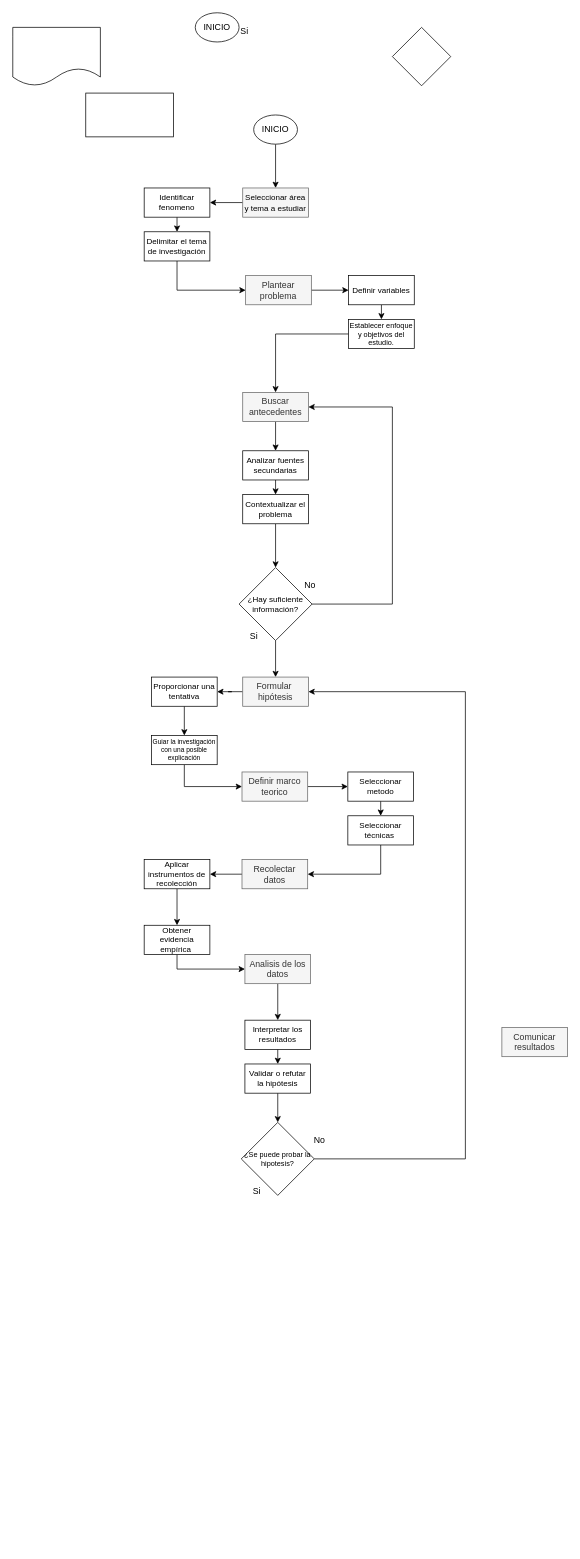
Before: Etapas del proceso de investigacion.drawio in AlbanyNVRodriguez/draw---diagrams, a draw.io diagram. Source tidied: cells renumbered, new cells numbered last; positions are measured from the earlier drawing's top-left corner, leaving out a move shared by most shapes. Both pictures are drawn from the tidied source at 73%, with x=0, y=0 at pixel (12, 12).
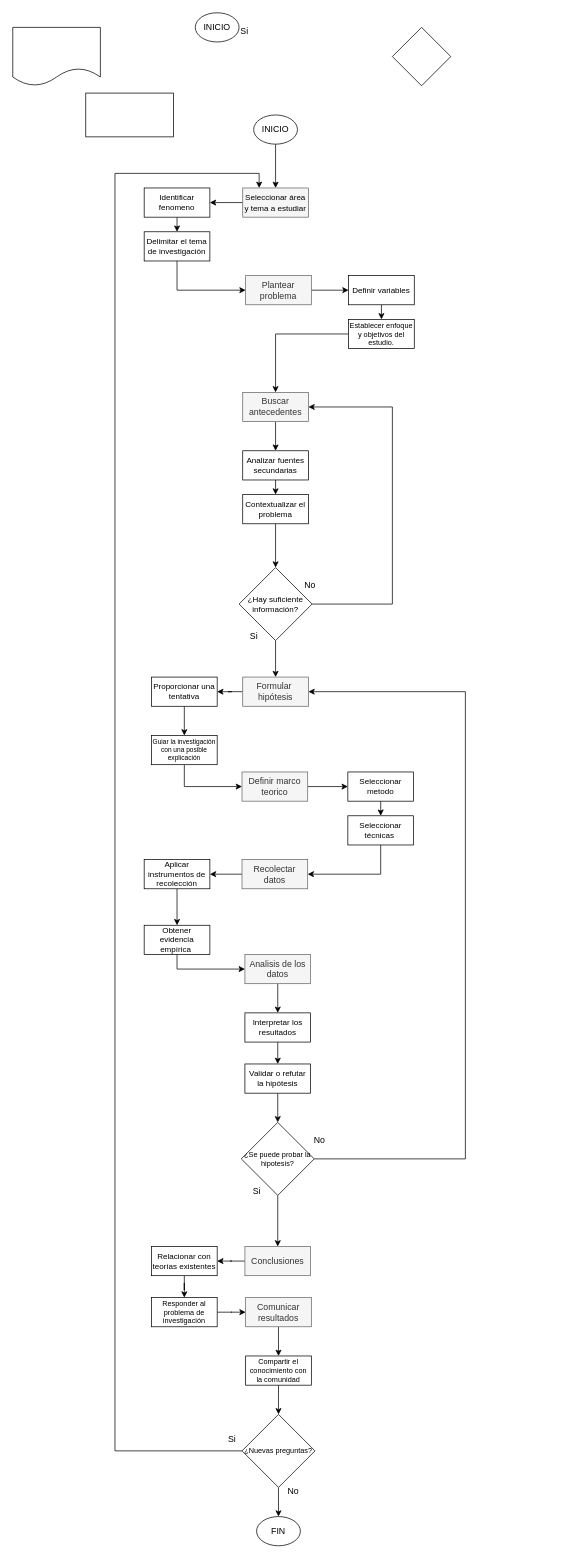
Above is the later version.

The change refers to these unchanged cells:
```xml
<mxCell id="9" value="&lt;span style=&quot;color: rgb(0, 0, 0); font-size: 11px;&quot;&gt;Seleccionar área y tema a estudiar&lt;/span&gt;" style="rounded=0;whiteSpace=wrap;html=1;fillColor=#f5f5f5;fontColor=#333333;strokeColor=#666666;" parent="1" vertex="1">
  <mxGeometry x="315" y="240" width="90" height="40" as="geometry" />
</mxCell>
<mxCell id="31" value="¿Se puede probar la hipotesis?" style="rhombus;whiteSpace=wrap;html=1;fontSize=10;" parent="1" vertex="1">
  <mxGeometry x="313" y="1520" width="100" height="100" as="geometry" />
</mxCell>
```

What changed in the source:
```diff
@@
+    <mxCell id="61" style="edgeStyle=orthogonalEdgeStyle;rounded=0;jettySize=auto;html=1;entryX=1;entryY=0.5;entryDx=0;entryDy=0;" parent="1" edge="1" source="29" target="64">
+      <mxGeometry relative="1" as="geometry" />
+    </mxCell>
-    <mxCell id="29" value="Comunicar resultados" style="rounded=0;whiteSpace=wrap;html=1;fillColor=#f5f5f5;fontColor=#333333;strokeColor=#666666;" parent="1" vertex="1">
-      <mxGeometry x="670" y="1390" width="90" height="40" as="geometry" />
+    <mxCell id="29" value="Conclusiones" style="rounded=0;whiteSpace=wrap;html=1;fillColor=#f5f5f5;fontColor=#333333;strokeColor=#666666;" parent="1" vertex="1">
+      <mxGeometry x="318" y="1690" width="90" height="40" as="geometry" />
     </mxCell>
@@
+    <mxCell id="62" style="edgeStyle=orthogonalEdgeStyle;rounded=0;jettySize=auto;html=1;entryX=0.5;entryY=0;entryDx=0;entryDy=0;" parent="1" edge="1" source="31" target="29">
+      <mxGeometry relative="1" as="geometry" />
+    </mxCell>
@@
     <mxCell id="55" value="Interpretar los resultados" style="rounded=0;whiteSpace=wrap;html=1;fontSize=11;" parent="1" vertex="1">
-      <mxGeometry x="318" y="1380" width="90" height="40" as="geometry" />
+      <mxGeometry x="318" y="1370" width="90" height="40" as="geometry" />
     </mxCell>
@@
+    <mxCell id="63" style="edgeStyle=orthogonalEdgeStyle;rounded=0;jettySize=auto;html=1;" parent="1" edge="1" source="64" target="66">
+      <mxGeometry relative="1" as="geometry" />
+    </mxCell>
+    <mxCell id="64" value="Relacionar con teorías existentes" style="rounded=0;whiteSpace=wrap;html=1;fontSize=11;" parent="1" vertex="1">
+      <mxGeometry x="190" y="1690" width="90" height="40" as="geometry" />
+    </mxCell>
+    <mxCell id="65" style="edgeStyle=orthogonalEdgeStyle;rounded=0;jettySize=auto;html=1;entryX=0;entryY=0.5;entryDx=0;entryDy=0;" parent="1" edge="1" source="66" target="68">
+      <mxGeometry relative="1" as="geometry" />
+    </mxCell>
+    <mxCell id="66" value="Responder al problema de investigación" style="rounded=0;whiteSpace=wrap;html=1;fontSize=10;" parent="1" vertex="1">
+      <mxGeometry x="190" y="1760" width="90" height="40" as="geometry" />
+    </mxCell>
+    <mxCell id="67" style="edgeStyle=orthogonalEdgeStyle;rounded=0;jettySize=auto;html=1;entryX=0.5;entryY=0;entryDx=0;entryDy=0;" parent="1" edge="1" source="68" target="70">
+      <mxGeometry relative="1" as="geometry" />
+    </mxCell>
+    <mxCell id="68" value="Comunicar resultados" style="rounded=0;whiteSpace=wrap;html=1;fillColor=#f5f5f5;fontColor=#333333;strokeColor=#666666;" parent="1" vertex="1">
+      <mxGeometry x="319" y="1760" width="90" height="40" as="geometry" />
+    </mxCell>
+    <mxCell id="69" style="edgeStyle=orthogonalEdgeStyle;rounded=0;jettySize=auto;html=1;entryX=0.5;entryY=0;entryDx=0;entryDy=0;" parent="1" edge="1" source="70" target="73">
+      <mxGeometry relative="1" as="geometry" />
+    </mxCell>
+    <mxCell id="70" value="Compartir el conocimiento con la comunidad" style="rounded=0;whiteSpace=wrap;html=1;fontSize=10;" parent="1" vertex="1">
+      <mxGeometry x="319" y="1840" width="90" height="40" as="geometry" />
+    </mxCell>
+    <mxCell id="71" style="edgeStyle=orthogonalEdgeStyle;rounded=0;jettySize=auto;html=1;entryX=0.25;entryY=0;entryDx=0;entryDy=0;" parent="1" edge="1" source="73" target="9">
+      <mxGeometry relative="1" as="geometry">
+        <Array as="points">
+          <mxPoint x="140" y="1970" />
+          <mxPoint x="140" y="220" />
+          <mxPoint x="338" y="220" />
+        </Array>
+      </mxGeometry>
+    </mxCell>
+    <mxCell id="72" style="edgeStyle=orthogonalEdgeStyle;rounded=0;jettySize=auto;html=1;entryX=0.5;entryY=0;entryDx=0;entryDy=0;" parent="1" edge="1" source="73" target="76">
+      <mxGeometry relative="1" as="geometry" />
+    </mxCell>
+    <mxCell id="73" value="¿Nuevas preguntas?" style="rhombus;whiteSpace=wrap;html=1;fontSize=10;" parent="1" vertex="1">
+      <mxGeometry x="314" y="1920" width="100" height="100" as="geometry" />
+    </mxCell>
+    <mxCell id="74" value="Si" style="text;html=1;align=center;verticalAlign=middle;strokeColor=none;fillColor=none;" parent="1" vertex="1">
+      <mxGeometry x="285" y="1940" width="30" height="30" as="geometry" />
+    </mxCell>
+    <mxCell id="75" value="No" style="text;html=1;align=center;verticalAlign=middle;strokeColor=none;fillColor=none;" parent="1" vertex="1">
+      <mxGeometry x="364" y="2010" width="40" height="30" as="geometry" />
+    </mxCell>
+    <mxCell id="76" value="FIN" style="ellipse;whiteSpace=wrap;html=1;" parent="1" vertex="1">
+      <mxGeometry x="334" y="2060" width="60" height="40" as="geometry" />
+    </mxCell>
```
